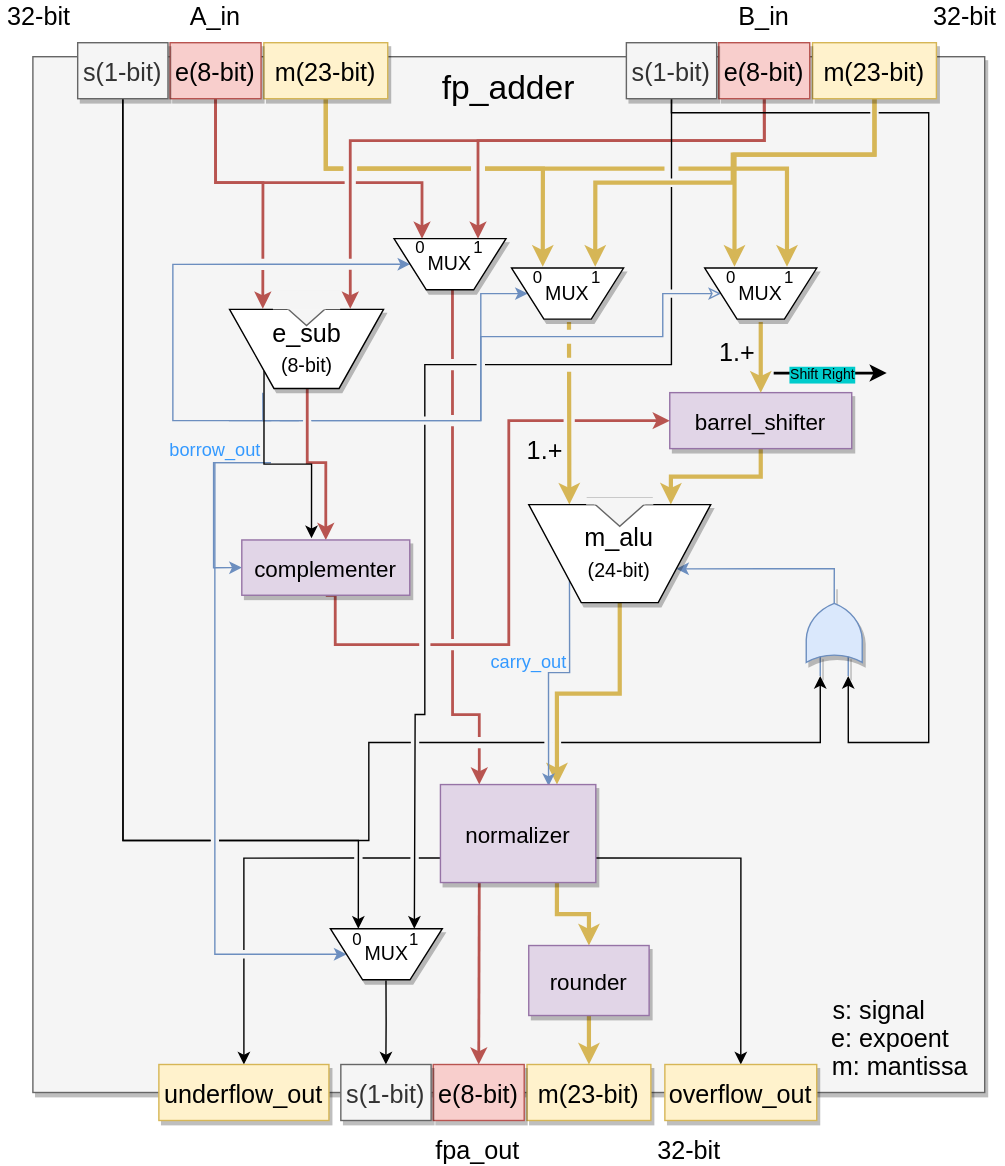
UandersonSilva/floating_point keeps this draw.io diagram as alib/fp_adder_structure.svg. Above is the earlier version. Source tidied: cells renumbered, new cells last; positions are measured from the earlier drawing's top-left corner, leaving out a move shared by most shapes.
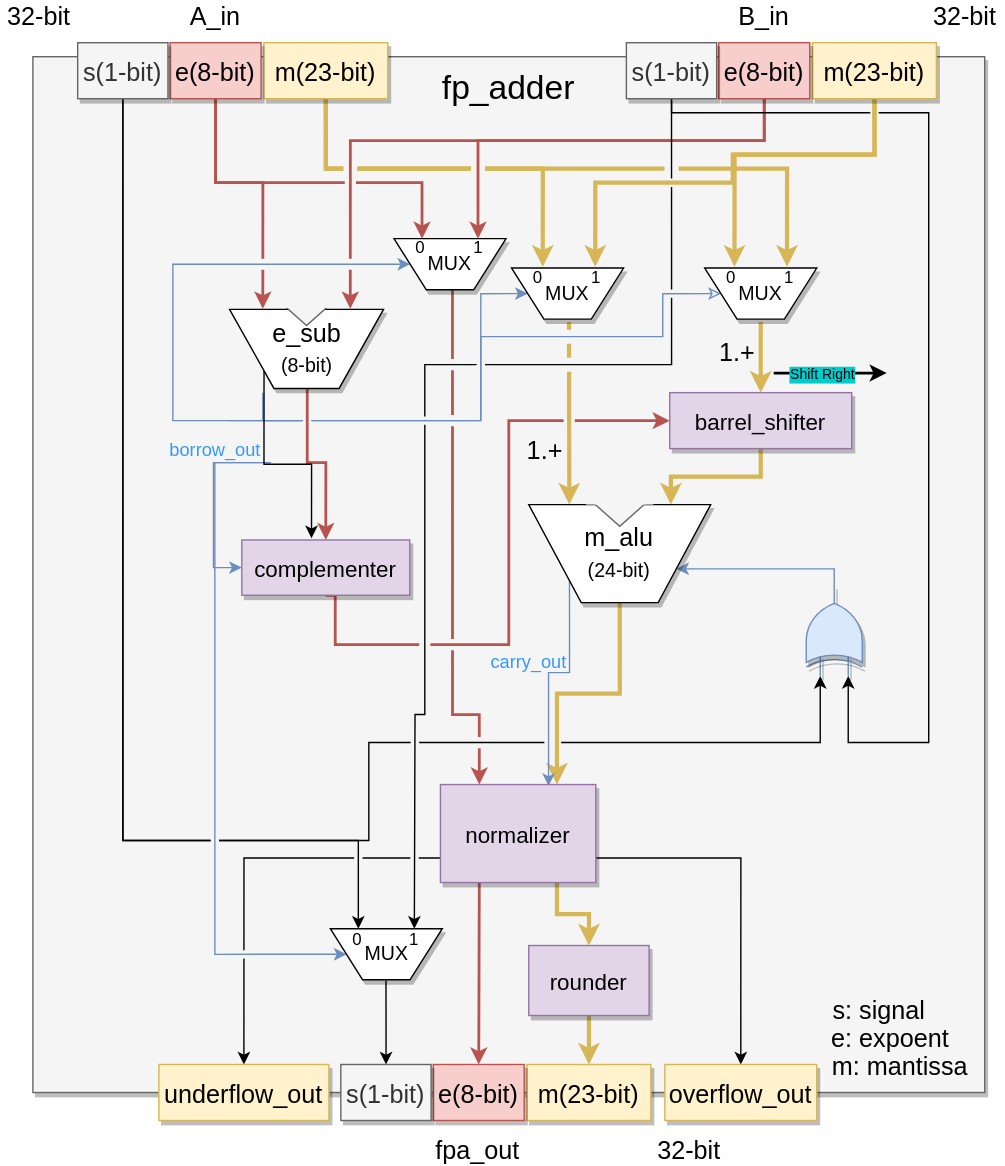
Above is the later version.

Commit message:
logic gate corrected.

Diff of the diagram source:
```diff
@@ -352,7 +352,7 @@
     <mxCell id="66" value="underflow_out" style="shadow=1;fontSize=18;fillColor=#fff2cc;strokeColor=#d6b656;" parent="1" vertex="1">
       <mxGeometry x="113" y="760" width="121.5" height="40" as="geometry" />
     </mxCell>
-    <mxCell id="67" style="verticalLabelPosition=bottom;shadow=1;dashed=0;align=center;html=1;verticalAlign=top;shape=mxgraph.electrical.logic_gates.logic_gate;operation=or;rotation=-90;labelBackgroundColor=none;fillColor=#dae8fc;strokeColor=#6c8ebf;" parent="1" vertex="1">
+    <mxCell id="67" style="verticalLabelPosition=bottom;shadow=1;dashed=0;align=center;html=1;verticalAlign=top;shape=mxgraph.electrical.logic_gates.logic_gate;operation=xor;rotation=-90;labelBackgroundColor=none;fillColor=#dae8fc;strokeColor=#6c8ebf;" parent="1" vertex="1">
       <mxGeometry x="563" y="430" width="65" height="40" as="geometry" />
     </mxCell>
     <mxCell id="68" value="MUX" style="verticalLabelPosition=middle;verticalAlign=middle;shape=trapezoid;perimeter=trapezoidPerimeter;size=0.2884615384615385;arcSize=10;flipV=1;labelPosition=center;align=center;rotation=0;shadow=1;html=1;whiteSpace=wrap;fontSize=14;fontStyle=0;" parent="1" vertex="1">
@@ -398,7 +398,7 @@
       <mxGeometry x="432.2" y="343" width="20" height="45" as="geometry" />
     </mxCell>
     <mxCell id="82" style="rounded=0;whiteSpace=wrap;html=1;shadow=0;strokeColor=none;rotation=0;fillColor=#f5f5f5;" parent="1" vertex="1">
-      <mxGeometry x="418.2" y="355" width="48" height="5" as="geometry" />
+      <mxGeometry x="418.2" y="350" width="48" height="10" as="geometry" />
     </mxCell>
     <mxCell id="83" value="e_sub&lt;br&gt;&lt;font style=&quot;font-size: 14px;&quot;&gt;(8-bit)&lt;/font&gt;" style="verticalLabelPosition=middle;verticalAlign=middle;shape=trapezoid;perimeter=trapezoidPerimeter;size=0.2884615384615385;arcSize=10;flipV=1;labelPosition=center;align=center;rotation=0;shadow=1;html=1;whiteSpace=wrap;fontSize=18;" parent="1" vertex="1">
       <mxGeometry x="163.5" y="220.5" width="110" height="56.5" as="geometry" />
@@ -407,7 +407,7 @@
       <mxGeometry x="208.5" y="199.5" width="20" height="45" as="geometry" />
     </mxCell>
     <mxCell id="85" style="rounded=0;whiteSpace=wrap;html=1;shadow=0;strokeColor=none;rotation=0;fillColor=#f5f5f5;" parent="1" vertex="1">
-      <mxGeometry x="194.5" y="207" width="48" height="13.5" as="geometry" />
+      <mxGeometry x="194.5" y="206" width="48" height="13.5" as="geometry" />
     </mxCell>
   </root>
 </mxGraphModel>
```
